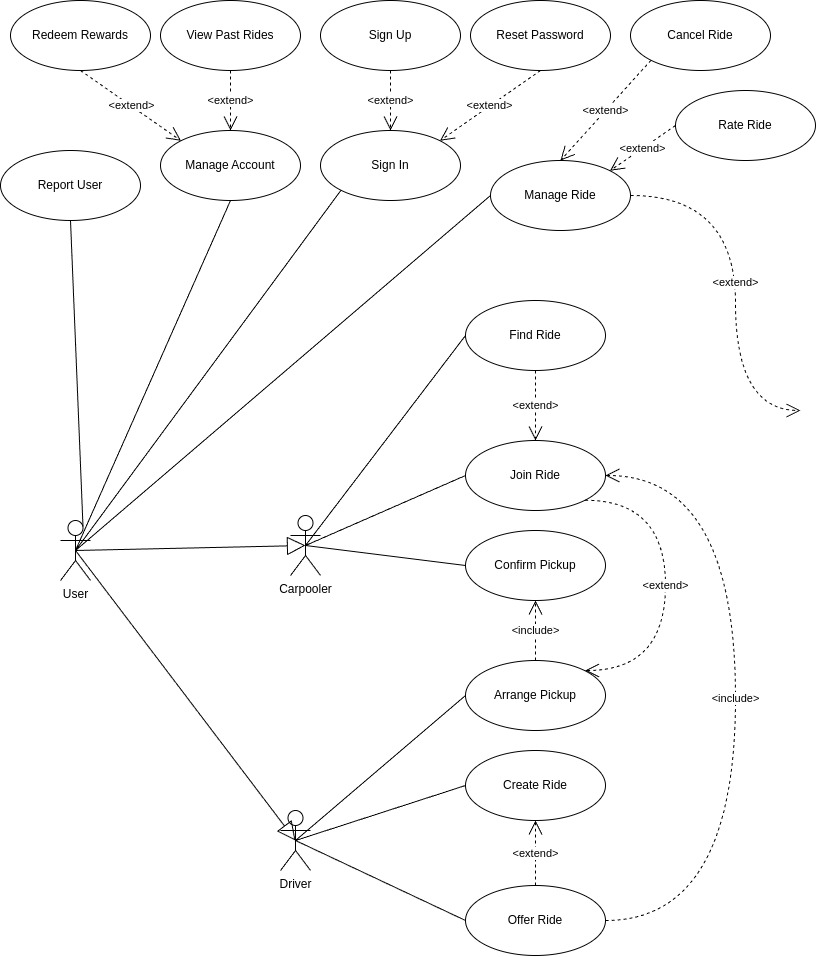
Above: TODO/use-cases2.drawio.png in YannisRavasopoulos/ProjectSD_S6 (draw.io), before the change. Source tidied: cells renumbered, new cells last; positions are measured from the earlier drawing's top-left corner, leaving out a move shared by most shapes.
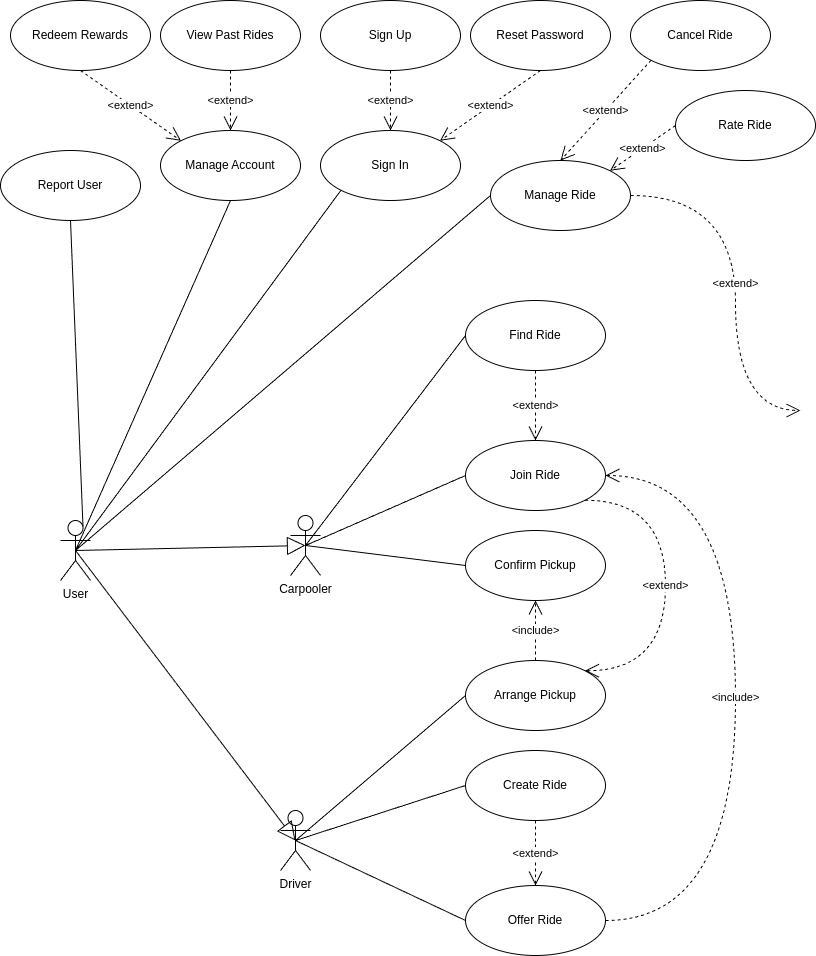
Later version of the same file.

What changed in the source:
```diff
@@ -68,7 +68,7 @@
     <mxCell id="23" value="&amp;lt;extend&amp;gt;" style="endArrow=open;endSize=12;dashed=1;html=1;entryX=0.5;entryY=0;entryDx=0;entryDy=0;exitX=0.5;exitY=1;exitDx=0;exitDy=0;" parent="1" edge="1" source="7" target="26">
       <mxGeometry relative="1" as="geometry" />
     </mxCell>
-    <mxCell id="24" value="&amp;lt;extend&amp;gt;" style="endArrow=open;endSize=12;dashed=1;html=1;exitX=0.5;exitY=0;exitDx=0;exitDy=0;entryX=0.5;entryY=1;entryDx=0;entryDy=0;" parent="1" edge="1" source="11" target="9">
+    <mxCell id="24" value="&amp;lt;extend&amp;gt;" style="endArrow=open;endSize=12;dashed=1;html=1;entryX=0.5;entryY=0;entryDx=0;entryDy=0;exitX=0.5;exitY=1;exitDx=0;exitDy=0;" parent="1" edge="1" source="9" target="11">
       <mxGeometry relative="1" as="geometry" />
     </mxCell>
     <mxCell id="25" value="&amp;lt;extend&amp;gt;" style="endArrow=open;endSize=12;dashed=1;html=1;exitX=0.5;exitY=1;exitDx=0;exitDy=0;entryX=0;entryY=0;entryDx=0;entryDy=0;" parent="1" edge="1" source="10" target="4">
```
